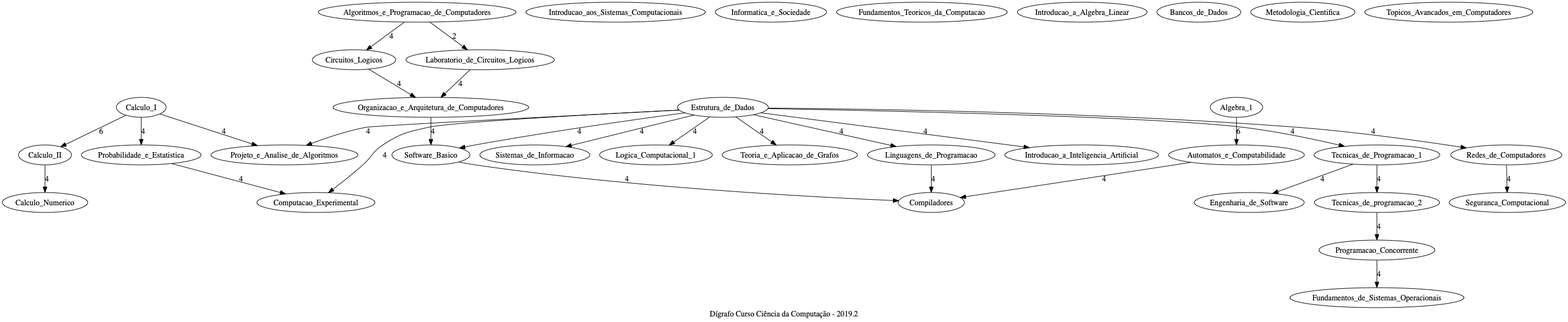
Above: graph.png in andreyresende/Tag-2 (Graphviz), before the change. Its source is kept beside it as graph.dot.
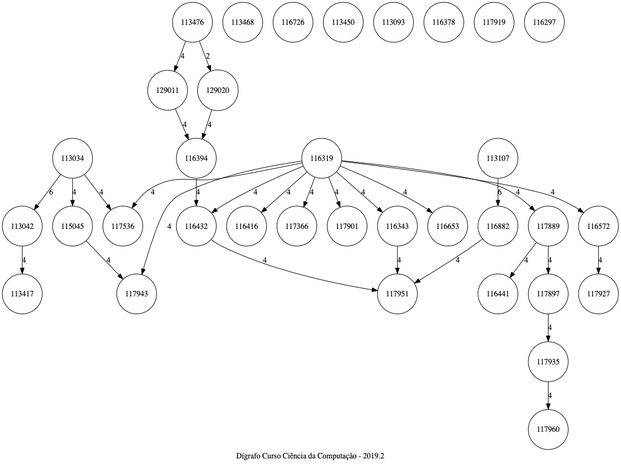
Above is the later version.

Change to the diagram source:
```diff
@@ -1,51 +1,52 @@
 digraph G {
  label = "Dígrafo Curso Ciência da Computação - 2019.2"
-Calculo_I -> Calculo_II [label="6"];
-Calculo_I -> Probabilidade_e_Estatistica [label="4"];
-Calculo_I -> Projeto_e_Analise_de_Algoritmos [label="4"];
-Introducao_aos_Sistemas_Computacionais;
-Algoritmos_e_Programacao_de_Computadores -> Circuitos_Logicos [label="4"];
-Algoritmos_e_Programacao_de_Computadores -> Laboratorio_de_Circuitos_Logicos [label="2"];
-Informatica_e_Sociedade;
-Fundamentos_Teoricos_da_Computacao;
-Circuitos_Logicos -> Organizacao_e_Arquitetura_de_Computadores [label="4"];
-Laboratorio_de_Circuitos_Logicos -> Organizacao_e_Arquitetura_de_Computadores [label="4"];
-Calculo_II -> Calculo_Numerico [label="4"];
-Introducao_a_Algebra_Linear;
-Estrutura_de_Dados -> Tecnicas_de_Programacao_1 [label="4"];
-Estrutura_de_Dados -> Logica_Computacional_1 [label="4"];
-Estrutura_de_Dados -> Teoria_e_Aplicacao_de_Grafos [label="4"];
-Estrutura_de_Dados -> Redes_de_Computadores [label="4"];
-Estrutura_de_Dados -> Linguagens_de_Programacao [label="4"];
-Estrutura_de_Dados -> Introducao_a_Inteligencia_Artificial [label="4"];
-Estrutura_de_Dados -> Software_Basico [label="4"];
-Estrutura_de_Dados -> Sistemas_de_Informacao [label="4"];
-Estrutura_de_Dados -> Computacao_Experimental [label="4"];
-Estrutura_de_Dados -> Projeto_e_Analise_de_Algoritmos [label="4"];
-Organizacao_e_Arquitetura_de_Computadores -> Software_Basico [label="4"];
-Tecnicas_de_Programacao_1 -> Tecnicas_de_programacao_2 [label="4"];
-Tecnicas_de_Programacao_1 -> Engenharia_de_Software [label="4"];
-Algebra_1 -> Automatos_e_Computabilidade [label="6"];
-Calculo_Numerico;
-Probabilidade_e_Estatistica -> Computacao_Experimental [label="4"];
-Logica_Computacional_1;
-Tecnicas_de_programacao_2 -> Programacao_Concorrente [label="4"];
-Teoria_e_Aplicacao_de_Grafos;
-Redes_de_Computadores -> Seguranca_Computacional [label="4"];
-Linguagens_de_Programacao -> Compiladores [label="4"];
-Programacao_Concorrente -> Fundamentos_de_Sistemas_Operacionais [label="4"];
-Engenharia_de_Software;
-Bancos_de_Dados;
-Introducao_a_Inteligencia_Artificial;
-Software_Basico -> Compiladores [label="4"];
-Fundamentos_de_Sistemas_Operacionais;
-Automatos_e_Computabilidade -> Compiladores [label="4"];
-Sistemas_de_Informacao;
-Computacao_Experimental;
-Projeto_e_Analise_de_Algoritmos;
-Compiladores;
-Seguranca_Computacional;
-Metodologia_Cientifica;
-Topicos_Avancados_em_Computadores;
+node [shape=circle]
+113034 -> 113042 [label="6"];
+113034 -> 115045 [label="4"];
+113034 -> 117536 [label="4"];
+113468;
+113476 -> 129011 [label="4"];
+113476 -> 129020 [label="2"];
+116726;
+113450;
+129011 -> 116394 [label="4"];
+129020 -> 116394 [label="4"];
+113042 -> 113417 [label="4"];
+113093;
+116319 -> 117889 [label="4"];
+116319 -> 117366 [label="4"];
+116319 -> 117901 [label="4"];
+116319 -> 116572 [label="4"];
+116319 -> 116343 [label="4"];
+116319 -> 116653 [label="4"];
+116319 -> 116432 [label="4"];
+116319 -> 116416 [label="4"];
+116319 -> 117943 [label="4"];
+116319 -> 117536 [label="4"];
+116394 -> 116432 [label="4"];
+117889 -> 117897 [label="4"];
+117889 -> 116441 [label="4"];
+113107 -> 116882 [label="6"];
+113417;
+115045 -> 117943 [label="4"];
+117366;
+117897 -> 117935 [label="4"];
+117901;
+116572 -> 117927 [label="4"];
+116343 -> 117951 [label="4"];
+117935 -> 117960 [label="4"];
+116441;
+116378;
+116653;
+116432 -> 117951 [label="4"];
+117960;
+116882 -> 117951 [label="4"];
+116416;
+117943;
+117536;
+117951;
+117927;
+117919;
+116297;
 
 }
```
